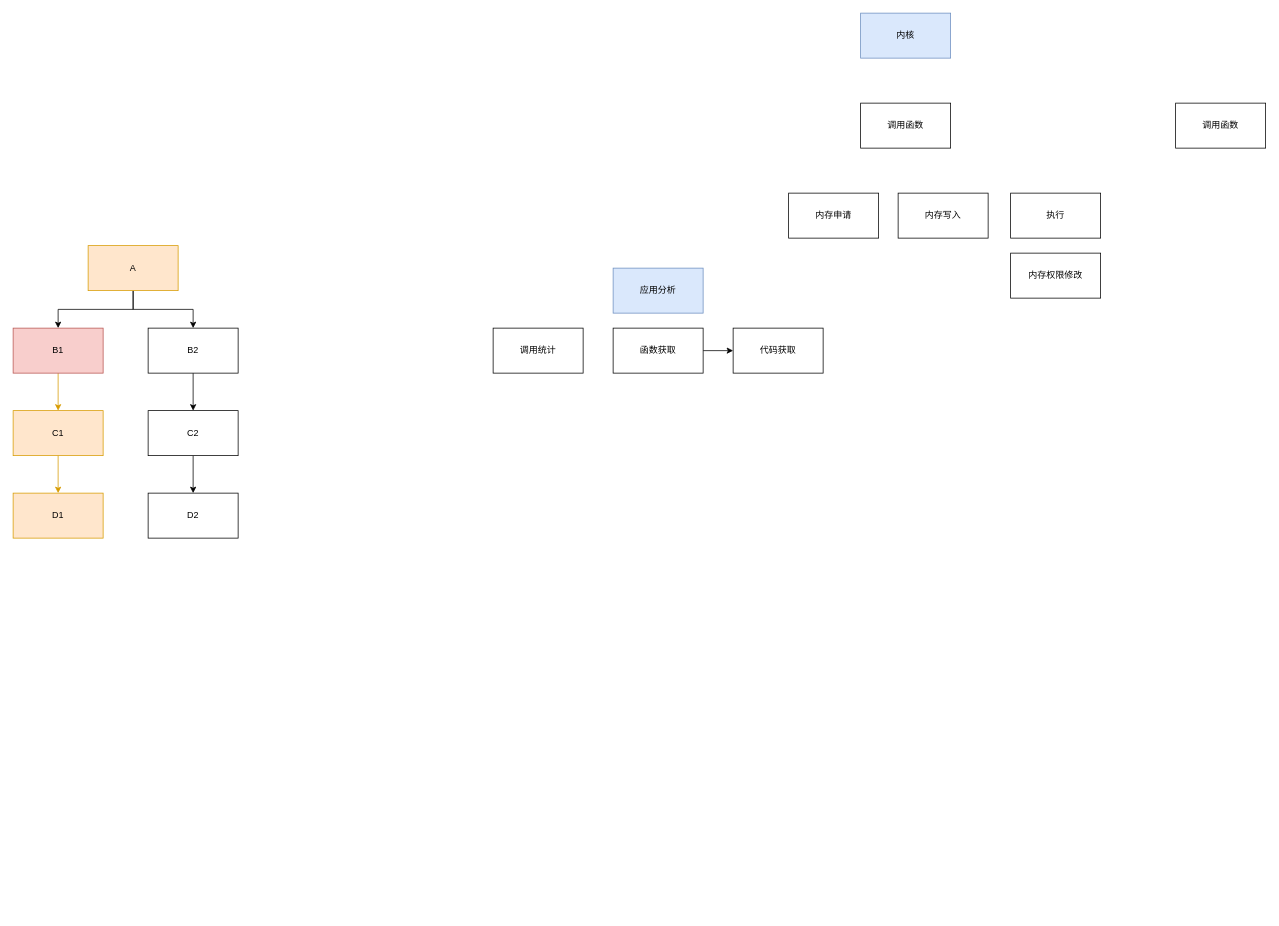
Before: page "第 4 页" (4 of 5) of 未命名绘图.drawio in idbanfan/drawio, a draw.io diagram. Source tidied: cells renumbered, new cells numbered last; positions are measured from the earlier drawing's top-left corner, leaving out a move shared by most shapes. Both pictures are drawn from the tidied source at 75%, with x=0, y=0 at pixel (13, 13).
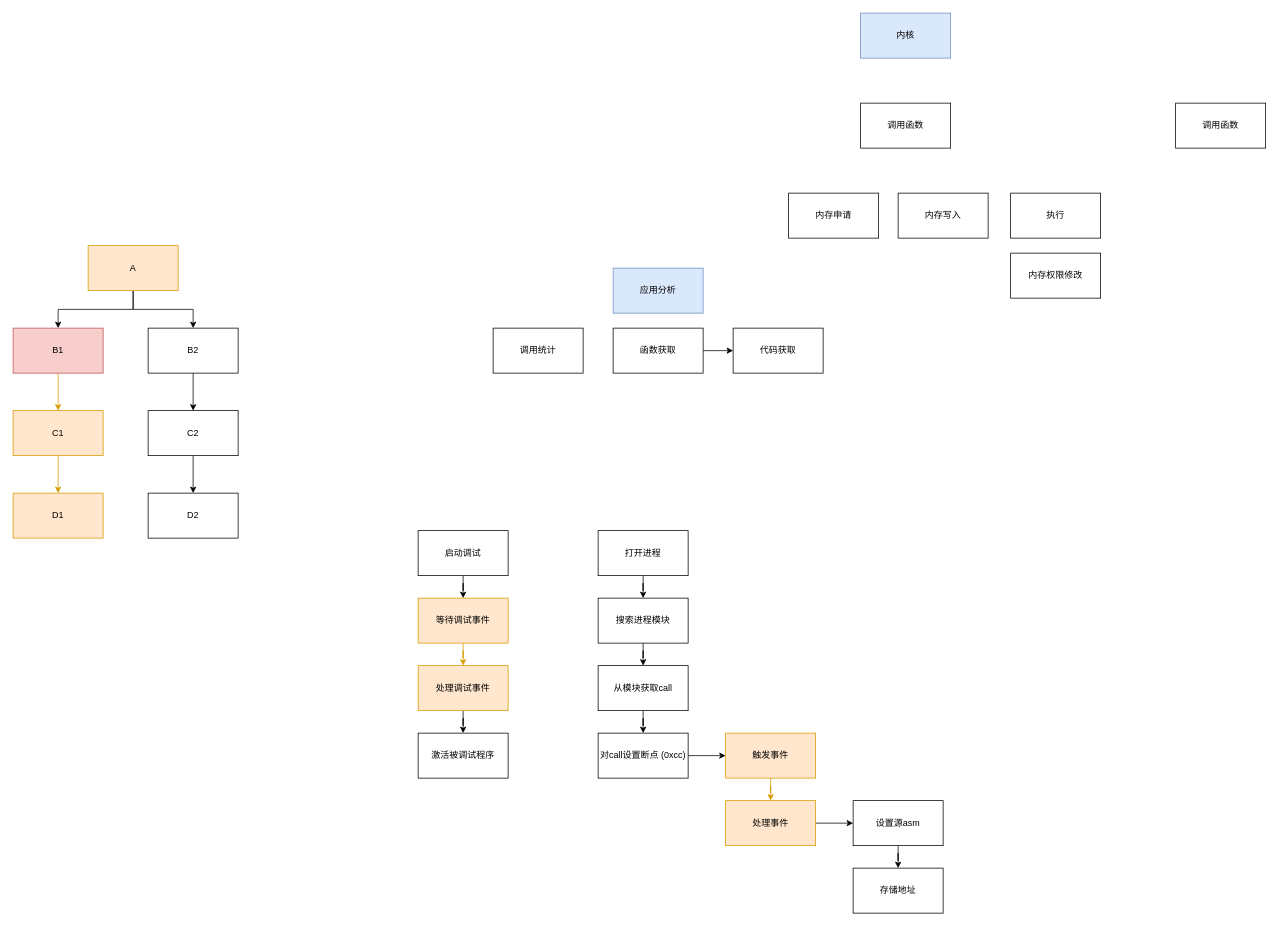
After the change.

Commit message:
更新未命名绘图.drawio

What changed in the source:
```diff
@@
+    <mxCell id="27" style="edgeStyle=orthogonalEdgeStyle;rounded=0;jettySize=auto;html=1;" parent="1" edge="1" source="28" target="30">
+      <mxGeometry relative="1" as="geometry" />
+    </mxCell>
+    <mxCell id="28" value="启动调试" style="rounded=0;whiteSpace=wrap;html=1;" parent="1" vertex="1">
+      <mxGeometry x="540" y="690" width="120" height="60" as="geometry" />
+    </mxCell>
+    <mxCell id="29" style="edgeStyle=orthogonalEdgeStyle;rounded=0;jettySize=auto;html=1;fillColor=#ffe6cc;strokeColor=#d79b00;" parent="1" edge="1" source="30" target="32">
+      <mxGeometry relative="1" as="geometry" />
+    </mxCell>
+    <mxCell id="30" value="等待调试事件" style="rounded=0;whiteSpace=wrap;html=1;fillColor=#ffe6cc;strokeColor=#d79b00;" parent="1" vertex="1">
+      <mxGeometry x="540" y="780" width="120" height="60" as="geometry" />
+    </mxCell>
+    <mxCell id="31" style="edgeStyle=orthogonalEdgeStyle;rounded=0;jettySize=auto;html=1;" parent="1" edge="1" source="32" target="33">
+      <mxGeometry relative="1" as="geometry" />
+    </mxCell>
+    <mxCell id="32" value="处理调试事件" style="rounded=0;whiteSpace=wrap;html=1;fillColor=#ffe6cc;strokeColor=#d79b00;" parent="1" vertex="1">
+      <mxGeometry x="540" y="870" width="120" height="60" as="geometry" />
+    </mxCell>
+    <mxCell id="33" value="激活被调试程序" style="rounded=0;whiteSpace=wrap;html=1;" parent="1" vertex="1">
+      <mxGeometry x="540" y="960" width="120" height="60" as="geometry" />
+    </mxCell>
+    <mxCell id="34" style="edgeStyle=orthogonalEdgeStyle;rounded=0;jettySize=auto;html=1;" parent="1" edge="1" source="35" target="39">
+      <mxGeometry relative="1" as="geometry" />
+    </mxCell>
+    <mxCell id="35" value="搜索进程模块" style="rounded=0;whiteSpace=wrap;html=1;" parent="1" vertex="1">
+      <mxGeometry x="780" y="780" width="120" height="60" as="geometry" />
+    </mxCell>
+    <mxCell id="36" style="edgeStyle=orthogonalEdgeStyle;rounded=0;jettySize=auto;html=1;" parent="1" edge="1" source="37" target="35">
+      <mxGeometry relative="1" as="geometry" />
+    </mxCell>
+    <mxCell id="37" value="打开进程" style="rounded=0;whiteSpace=wrap;html=1;" parent="1" vertex="1">
+      <mxGeometry x="780" y="690" width="120" height="60" as="geometry" />
+    </mxCell>
+    <mxCell id="38" style="edgeStyle=orthogonalEdgeStyle;rounded=0;jettySize=auto;html=1;" parent="1" edge="1" source="39" target="41">
+      <mxGeometry relative="1" as="geometry" />
+    </mxCell>
+    <mxCell id="39" value="从模块获取call" style="rounded=0;whiteSpace=wrap;html=1;" parent="1" vertex="1">
+      <mxGeometry x="780" y="870" width="120" height="60" as="geometry" />
+    </mxCell>
+    <mxCell id="40" style="edgeStyle=orthogonalEdgeStyle;rounded=0;jettySize=auto;html=1;" parent="1" edge="1" source="41" target="43">
+      <mxGeometry relative="1" as="geometry" />
+    </mxCell>
+    <mxCell id="41" value="对call设置断点 (0xcc)" style="rounded=0;whiteSpace=wrap;html=1;" parent="1" vertex="1">
+      <mxGeometry x="780" y="960" width="120" height="60" as="geometry" />
+    </mxCell>
+    <mxCell id="42" style="edgeStyle=orthogonalEdgeStyle;rounded=0;jettySize=auto;html=1;fillColor=#ffe6cc;strokeColor=#d79b00;" parent="1" edge="1" source="43" target="45">
+      <mxGeometry relative="1" as="geometry" />
+    </mxCell>
+    <mxCell id="43" value="触发事件" style="rounded=0;whiteSpace=wrap;html=1;fillColor=#ffe6cc;strokeColor=#d79b00;" parent="1" vertex="1">
+      <mxGeometry x="950" y="960" width="120" height="60" as="geometry" />
+    </mxCell>
+    <mxCell id="44" style="edgeStyle=orthogonalEdgeStyle;rounded=0;jettySize=auto;html=1;" parent="1" edge="1" source="45" target="47">
+      <mxGeometry relative="1" as="geometry" />
+    </mxCell>
+    <mxCell id="45" value="处理事件" style="rounded=0;whiteSpace=wrap;html=1;fillColor=#ffe6cc;strokeColor=#d79b00;" parent="1" vertex="1">
+      <mxGeometry x="950" y="1050" width="120" height="60" as="geometry" />
+    </mxCell>
+    <mxCell id="46" style="edgeStyle=orthogonalEdgeStyle;rounded=0;jettySize=auto;html=1;" parent="1" edge="1" source="47" target="48">
+      <mxGeometry relative="1" as="geometry" />
+    </mxCell>
+    <mxCell id="47" value="设置源asm" style="rounded=0;whiteSpace=wrap;html=1;" parent="1" vertex="1">
+      <mxGeometry x="1120" y="1050" width="120" height="60" as="geometry" />
+    </mxCell>
+    <mxCell id="48" value="存储地址" style="rounded=0;whiteSpace=wrap;html=1;" parent="1" vertex="1">
+      <mxGeometry x="1120" y="1140" width="120" height="60" as="geometry" />
+    </mxCell>
```
